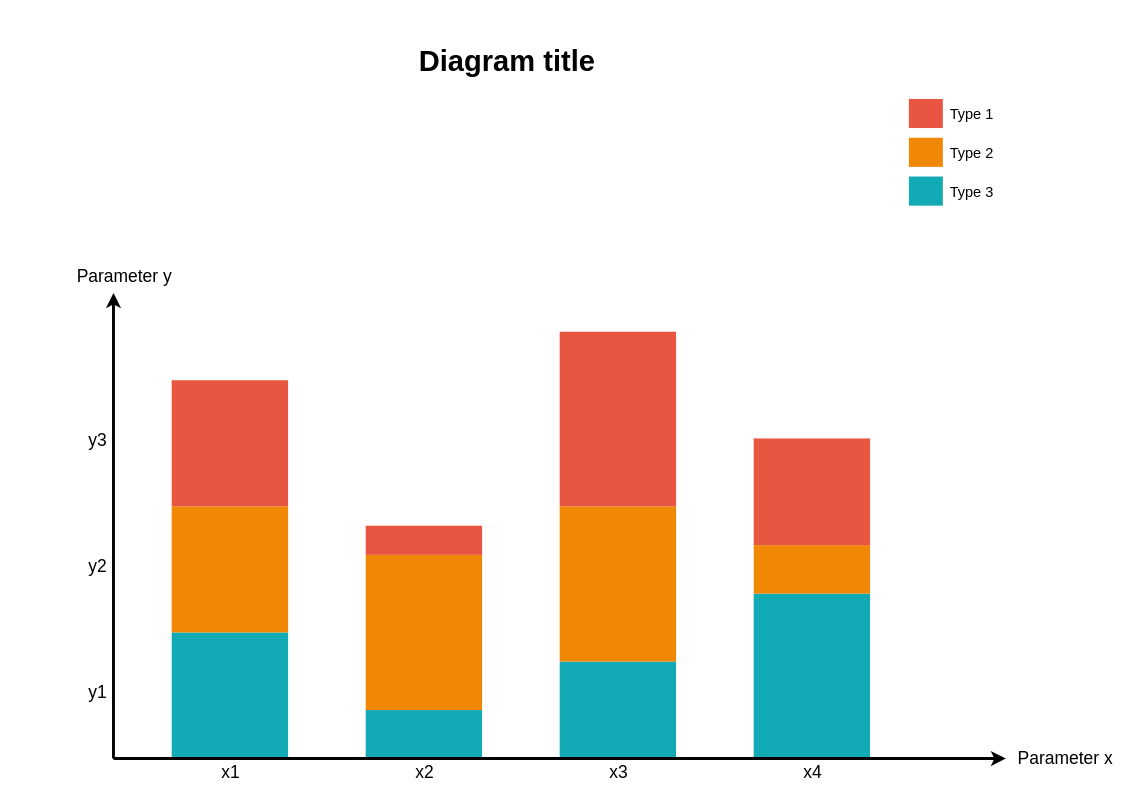
Earlier version of the draw.io diagram IhmsChartingDraw.IO.drawio (ShofiqRasel/IhmsReportingDraw.IO). Source tidied: cells renumbered, new cells numbered last; positions are measured from the earlier drawing's top-left corner, leaving out a move shared by most shapes. Both pictures are drawn from the tidied source at 97%, with x=0, y=0 at pixel (75, 40).
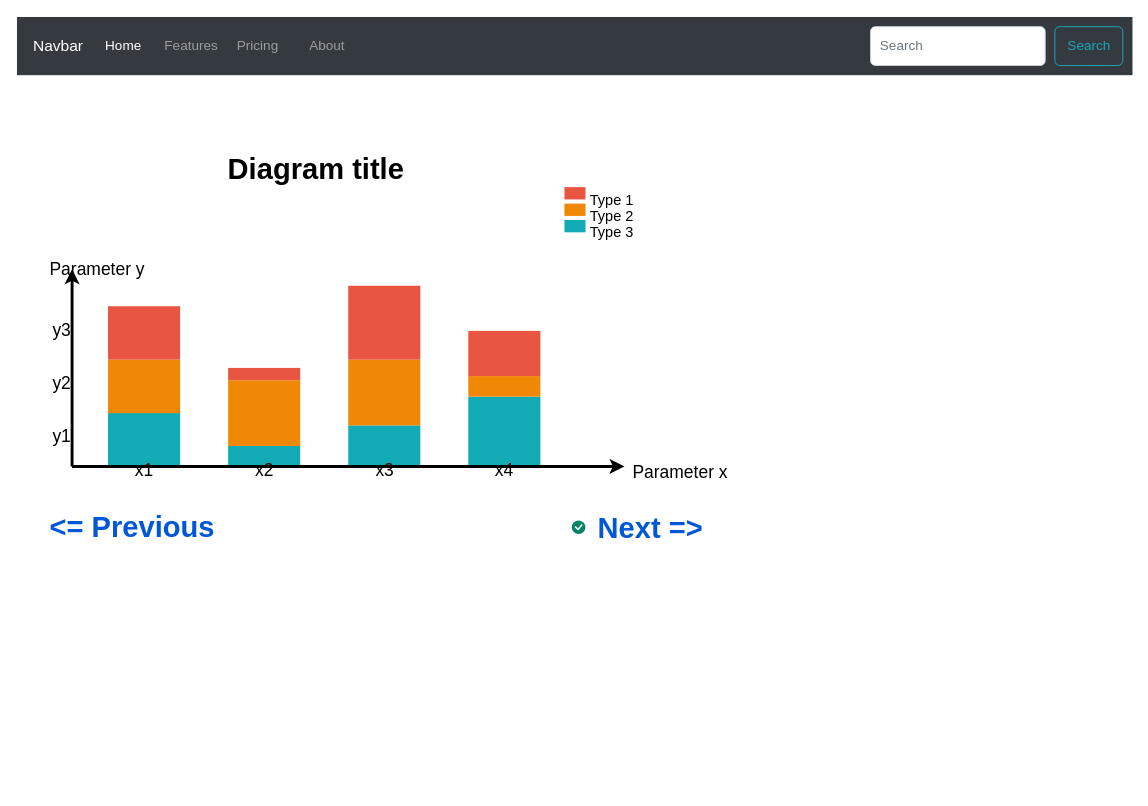
The same page after the edit.

What changed in the source:
```diff
@@
+    <mxCell id="32" style="html=1;shadow=0;dashed=0;fillColor=#343A40;strokeColor=none;fontSize=16;fontColor=#ffffff;align=left;spacing=15;" parent="1" vertex="1">
+      <mxGeometry x="-60" y="-24" width="1150" height="60" as="geometry" />
+    </mxCell>
+    <mxCell id="33" style="swimlane;shape=mxgraph.bootstrap.anchor;strokeColor=none;fillColor=none;fontColor=#0085FC;fontStyle=0;horizontal=0;startSize=0;whiteSpace=wrap;html=1;" parent="32" vertex="1">
+      <mxGeometry y="10" width="350" height="40" as="geometry" />
+    </mxCell>
+    <mxCell id="34" value="Navbar" style="text;strokeColor=none;align=left;verticalAlign=middle;spacingLeft=15;spacingRight=10;whiteSpace=wrap;html=1;fillColor=none;fontColor=#ffffff;fontSize=16;" parent="33" vertex="1">
+      <mxGeometry width="80" height="40" as="geometry" />
+    </mxCell>
+    <mxCell id="35" value="Home" style="text;strokeColor=none;align=center;verticalAlign=middle;spacingLeft=10;spacingRight=10;whiteSpace=wrap;html=1;fillColor=none;fontColor=#ffffff;fontSize=14;" parent="33" vertex="1">
+      <mxGeometry x="80" width="60" height="40" as="geometry" />
+    </mxCell>
+    <mxCell id="36" value="Features" style="text;strokeColor=none;align=center;verticalAlign=middle;spacingLeft=10;spacingRight=10;whiteSpace=wrap;html=1;fillColor=none;fontColor=#9A9DA0;fontSize=14;" parent="33" vertex="1">
+      <mxGeometry x="140" width="80" height="40" as="geometry" />
+    </mxCell>
+    <mxCell id="37" value="Pricing" style="text;strokeColor=none;align=left;verticalAlign=middle;spacingLeft=5;spacingRight=10;whiteSpace=wrap;html=1;fillColor=none;fontColor=#9A9DA0;fontSize=14;" parent="33" vertex="1">
+      <mxGeometry x="220" width="70" height="40" as="geometry" />
+    </mxCell>
+    <mxCell id="38" value="About" style="text;strokeColor=none;align=center;verticalAlign=middle;spacingLeft=10;spacingRight=10;whiteSpace=wrap;html=1;fillColor=none;fontColor=#9A9DA0;fontSize=14;" parent="33" vertex="1">
+      <mxGeometry x="290" width="60" height="40" as="geometry" />
+    </mxCell>
+    <mxCell id="39" value="Search" style="html=1;shadow=0;dashed=0;shape=mxgraph.bootstrap.rrect;rSize=5;fontSize=14;fontColor=#1CA5B8;strokeColor=#1CA5B8;fillColor=none;" parent="32" vertex="1">
+      <mxGeometry x="1" width="70" height="40" relative="1" as="geometry">
+        <mxPoint x="-80" y="10" as="offset" />
+      </mxGeometry>
+    </mxCell>
+    <mxCell id="40" value="Search" style="html=1;shadow=0;dashed=0;shape=mxgraph.bootstrap.rrect;rSize=5;fontSize=14;fontColor=#6C767D;strokeColor=#CED4DA;fillColor=#ffffff;align=left;spacing=10;" parent="32" vertex="1">
+      <mxGeometry x="1" width="180" height="40" relative="1" as="geometry">
+        <mxPoint x="-270" y="10" as="offset" />
+      </mxGeometry>
+    </mxCell>
+    <mxCell id="41" style="group;" parent="1" vertex="1">
+      <mxGeometry x="-28" y="126" width="650" height="326.9" as="geometry" />
+    </mxCell>
-    <mxCell id="2" style="whiteSpace=wrap;fillColor=#12AAB5;gradientColor=none;gradientDirection=east;strokeColor=none;html=1;fontColor=#23445d;" parent="1" vertex="1">
-      <mxGeometry x="99.5" y="610.5" width="120" height="130" as="geometry" />
+    <mxCell id="2" style="whiteSpace=wrap;fillColor=#12AAB5;gradientColor=none;gradientDirection=east;strokeColor=none;html=1;fontColor=#23445d;" parent="41" vertex="1">
+      <mxGeometry x="61.9" y="258.3" width="74.3" height="55.1" as="geometry" />
     </mxCell>
-    <mxCell id="3" style="whiteSpace=wrap;fillColor=#12AAB5;gradientColor=none;gradientDirection=east;strokeColor=none;html=1;fontColor=#23445d;" parent="1" vertex="1">
-      <mxGeometry x="299.5" y="690.5" width="120" height="50" as="geometry" />
+    <mxCell id="3" style="whiteSpace=wrap;fillColor=#12AAB5;gradientColor=none;gradientDirection=east;strokeColor=none;html=1;fontColor=#23445d;" parent="41" vertex="1">
+      <mxGeometry x="185.7" y="292.2" width="74.3" height="21.2" as="geometry" />
     </mxCell>
-    <mxCell id="4" style="whiteSpace=wrap;fillColor=#12AAB5;gradientColor=none;gradientDirection=east;strokeColor=none;html=1;fontColor=#23445d;" parent="1" vertex="1">
-      <mxGeometry x="499.5" y="640.5" width="120" height="100" as="geometry" />
+    <mxCell id="4" style="whiteSpace=wrap;fillColor=#12AAB5;gradientColor=none;gradientDirection=east;strokeColor=none;html=1;fontColor=#23445d;" parent="41" vertex="1">
+      <mxGeometry x="309.5" y="271" width="74.3" height="42.4" as="geometry" />
     </mxCell>
-    <mxCell id="5" style="whiteSpace=wrap;fillColor=#12AAB5;gradientColor=none;gradientDirection=east;strokeColor=none;html=1;fontColor=#23445d;" parent="1" vertex="1">
-      <mxGeometry x="699.5" y="570.5" width="120" height="170" as="geometry" />
+    <mxCell id="5" style="whiteSpace=wrap;fillColor=#12AAB5;gradientColor=none;gradientDirection=east;strokeColor=none;html=1;fontColor=#23445d;" parent="41" vertex="1">
+      <mxGeometry x="433.3" y="241.4" width="74.3" height="72" as="geometry" />
     </mxCell>
-    <mxCell id="6" style="edgeStyle=none;html=1;fontColor=#000000;strokeWidth=3;strokeColor=#000000;" parent="1" edge="1">
+    <mxCell id="6" style="edgeStyle=none;html=1;fontColor=#000000;strokeWidth=3;strokeColor=#000000;" parent="41" edge="1">
       <mxGeometry relative="1" as="geometry">
-        <mxPoint x="39.5" y="740.5" as="sourcePoint" />
-        <mxPoint x="39.5" y="260.5" as="targetPoint" />
+        <mxPoint x="24.8" y="313.4" as="sourcePoint" />
+        <mxPoint x="24.8" y="110.1" as="targetPoint" />
       </mxGeometry>
     </mxCell>
-    <mxCell id="7" style="whiteSpace=wrap;fillColor=#F08705;gradientColor=none;gradientDirection=east;strokeColor=none;html=1;fontColor=#23445d;" parent="1" vertex="1">
-      <mxGeometry x="99.5" y="480.5" width="120" height="130" as="geometry" />
+    <mxCell id="7" style="whiteSpace=wrap;fillColor=#F08705;gradientColor=none;gradientDirection=east;strokeColor=none;html=1;fontColor=#23445d;" parent="41" vertex="1">
+      <mxGeometry x="61.9" y="203.3" width="74.3" height="55.1" as="geometry" />
     </mxCell>
-    <mxCell id="8" style="whiteSpace=wrap;fillColor=#E85642;gradientColor=none;gradientDirection=east;strokeColor=none;html=1;fontColor=#23445d;" parent="1" vertex="1">
-      <mxGeometry x="99.5" y="350.5" width="120" height="130" as="geometry" />
+    <mxCell id="8" style="whiteSpace=wrap;fillColor=#E85642;gradientColor=none;gradientDirection=east;strokeColor=none;html=1;fontColor=#23445d;" parent="41" vertex="1">
+      <mxGeometry x="61.9" y="148.2" width="74.3" height="55.1" as="geometry" />
     </mxCell>
-    <mxCell id="9" style="whiteSpace=wrap;fillColor=#F08705;gradientColor=none;gradientDirection=east;strokeColor=none;html=1;fontColor=#23445d;" parent="1" vertex="1">
-      <mxGeometry x="299.5" y="530.5" width="120" height="160" as="geometry" />
+    <mxCell id="9" style="whiteSpace=wrap;fillColor=#F08705;gradientColor=none;gradientDirection=east;strokeColor=none;html=1;fontColor=#23445d;" parent="41" vertex="1">
+      <mxGeometry x="185.7" y="224.5" width="74.3" height="67.8" as="geometry" />
     </mxCell>
-    <mxCell id="10" style="whiteSpace=wrap;fillColor=#E85642;gradientColor=none;gradientDirection=east;strokeColor=none;html=1;fontColor=#23445d;" parent="1" vertex="1">
-      <mxGeometry x="299.5" y="500.5" width="120" height="30" as="geometry" />
+    <mxCell id="10" style="whiteSpace=wrap;fillColor=#E85642;gradientColor=none;gradientDirection=east;strokeColor=none;html=1;fontColor=#23445d;" parent="41" vertex="1">
+      <mxGeometry x="185.7" y="211.8" width="74.3" height="12.7" as="geometry" />
     </mxCell>
-    <mxCell id="11" style="whiteSpace=wrap;fillColor=#F08705;gradientColor=none;gradientDirection=east;strokeColor=none;html=1;fontColor=#23445d;" parent="1" vertex="1">
-      <mxGeometry x="499.5" y="480.5" width="120" height="160" as="geometry" />
+    <mxCell id="11" style="whiteSpace=wrap;fillColor=#F08705;gradientColor=none;gradientDirection=east;strokeColor=none;html=1;fontColor=#23445d;" parent="41" vertex="1">
+      <mxGeometry x="309.5" y="203.3" width="74.3" height="67.8" as="geometry" />
     </mxCell>
-    <mxCell id="12" style="whiteSpace=wrap;fillColor=#E85642;gradientColor=none;gradientDirection=east;strokeColor=none;html=1;fontColor=#23445d;" parent="1" vertex="1">
-      <mxGeometry x="499.5" y="300.5" width="120" height="180" as="geometry" />
+    <mxCell id="12" style="whiteSpace=wrap;fillColor=#E85642;gradientColor=none;gradientDirection=east;strokeColor=none;html=1;fontColor=#23445d;" parent="41" vertex="1">
+      <mxGeometry x="309.5" y="127.1" width="74.3" height="76.2" as="geometry" />
     </mxCell>
-    <mxCell id="13" style="edgeStyle=none;html=1;fontColor=#000000;strokeWidth=3;strokeColor=#000000;" parent="1" edge="1">
+    <mxCell id="13" style="edgeStyle=none;html=1;fontColor=#000000;strokeWidth=3;strokeColor=#000000;" parent="41" edge="1">
       <mxGeometry relative="1" as="geometry">
-        <mxPoint x="39.5" y="740.5" as="sourcePoint" />
-        <mxPoint x="959.5" y="740.5" as="targetPoint" />
+        <mxPoint x="24.8" y="313.4" as="sourcePoint" />
+        <mxPoint x="594.3" y="313.4" as="targetPoint" />
       </mxGeometry>
     </mxCell>
-    <mxCell id="14" value="Parameter x" style="text;spacingTop=-5;html=1;fontSize=18;fontStyle=0;strokeColor=none;" parent="1" vertex="1">
-      <mxGeometry x="969.5" y="728.5" width="80" height="20" as="geometry" />
+    <mxCell id="14" value="Parameter x" style="text;spacingTop=-5;html=1;fontSize=18;fontStyle=0;strokeColor=none;" parent="41" vertex="1">
+      <mxGeometry x="600.5" y="308.3" width="49.5" height="8.5" as="geometry" />
     </mxCell>
-    <mxCell id="15" value="x1" style="text;spacingTop=-5;align=center;verticalAlign=middle;fontStyle=0;html=1;fontSize=18;strokeColor=none;" parent="1" vertex="1">
-      <mxGeometry x="99.5" y="742.5" width="120" height="30" as="geometry" />
+    <mxCell id="15" value="x1" style="text;spacingTop=-5;align=center;verticalAlign=middle;fontStyle=0;html=1;fontSize=18;strokeColor=none;" parent="41" vertex="1">
+      <mxGeometry x="61.9" y="314.2" width="74.3" height="12.7" as="geometry" />
     </mxCell>
-    <mxCell id="16" value="x2" style="text;spacingTop=-5;align=center;verticalAlign=middle;fontStyle=0;html=1;fontSize=18;strokeColor=none;" parent="1" vertex="1">
-      <mxGeometry x="299.5" y="742.5" width="120" height="30" as="geometry" />
+    <mxCell id="16" value="x2" style="text;spacingTop=-5;align=center;verticalAlign=middle;fontStyle=0;html=1;fontSize=18;strokeColor=none;" parent="41" vertex="1">
+      <mxGeometry x="185.7" y="314.2" width="74.3" height="12.7" as="geometry" />
     </mxCell>
-    <mxCell id="17" value="x3" style="text;spacingTop=-5;align=center;verticalAlign=middle;fontStyle=0;html=1;fontSize=18;strokeColor=none;" parent="1" vertex="1">
-      <mxGeometry x="499.5" y="742.5" width="120" height="30" as="geometry" />
+    <mxCell id="17" value="x3" style="text;spacingTop=-5;align=center;verticalAlign=middle;fontStyle=0;html=1;fontSize=18;strokeColor=none;" parent="41" vertex="1">
+      <mxGeometry x="309.5" y="314.2" width="74.3" height="12.7" as="geometry" />
     </mxCell>
-    <mxCell id="18" style="whiteSpace=wrap;fillColor=#12AAB5;gradientColor=none;gradientDirection=east;strokeColor=none;html=1;fontColor=#23445d;" parent="1" vertex="1">
-      <mxGeometry x="859.5" y="140.5" width="35" height="30" as="geometry" />
+    <mxCell id="18" style="whiteSpace=wrap;fillColor=#12AAB5;gradientColor=none;gradientDirection=east;strokeColor=none;html=1;fontColor=#23445d;" parent="41" vertex="1">
+      <mxGeometry x="532.4" y="59.3" width="21.7" height="12.7" as="geometry" />
     </mxCell>
-    <mxCell id="19" style="whiteSpace=wrap;fillColor=#F08705;gradientColor=none;gradientDirection=east;strokeColor=none;html=1;fontColor=#23445d;" parent="1" vertex="1">
-      <mxGeometry x="859.5" y="100.5" width="35" height="30" as="geometry" />
+    <mxCell id="19" style="whiteSpace=wrap;fillColor=#F08705;gradientColor=none;gradientDirection=east;strokeColor=none;html=1;fontColor=#23445d;" parent="41" vertex="1">
+      <mxGeometry x="532.4" y="42.4" width="21.7" height="12.7" as="geometry" />
     </mxCell>
-    <mxCell id="20" style="whiteSpace=wrap;fillColor=#E85642;gradientColor=none;gradientDirection=east;strokeColor=none;html=1;fontColor=#23445d;" parent="1" vertex="1">
-      <mxGeometry x="859.5" y="60.5" width="35" height="30" as="geometry" />
+    <mxCell id="20" style="whiteSpace=wrap;fillColor=#E85642;gradientColor=none;gradientDirection=east;strokeColor=none;html=1;fontColor=#23445d;" parent="41" vertex="1">
+      <mxGeometry x="532.4" y="25.4" width="21.7" height="12.7" as="geometry" />
     </mxCell>
-    <mxCell id="21" value="Type 1" style="text;spacingTop=-5;html=1;fontSize=15;" parent="1" vertex="1">
-      <mxGeometry x="899.5" y="65.5" width="80" height="20" as="geometry" />
+    <mxCell id="21" value="Type 1" style="text;spacingTop=-5;html=1;fontSize=15;" parent="41" vertex="1">
+      <mxGeometry x="557.1" y="27.5" width="49.5" height="8.5" as="geometry" />
     </mxCell>
-    <mxCell id="22" value="Type 2" style="text;spacingTop=-5;html=1;fontSize=15;" parent="1" vertex="1">
-      <mxGeometry x="899.5" y="105.5" width="80" height="20" as="geometry" />
+    <mxCell id="22" value="Type 2" style="text;spacingTop=-5;html=1;fontSize=15;" parent="41" vertex="1">
+      <mxGeometry x="557.1" y="44.5" width="49.5" height="8.5" as="geometry" />
     </mxCell>
-    <mxCell id="23" value="Type 3" style="text;spacingTop=-5;html=1;fontSize=15;" parent="1" vertex="1">
-      <mxGeometry x="899.5" y="145.5" width="80" height="20" as="geometry" />
+    <mxCell id="23" value="Type 3" style="text;spacingTop=-5;html=1;fontSize=15;" parent="41" vertex="1">
+      <mxGeometry x="557.1" y="61.4" width="49.5" height="8.5" as="geometry" />
     </mxCell>
-    <mxCell id="24" value="Parameter y" style="text;spacingTop=-5;html=1;fontSize=18;fontStyle=0;" parent="1" vertex="1">
-      <mxGeometry x="-0.5" y="231.5" width="80" height="20" as="geometry" />
+    <mxCell id="24" value="Parameter y" style="text;spacingTop=-5;html=1;fontSize=18;fontStyle=0;" parent="41" vertex="1">
+      <mxGeometry y="97.8" width="49.5" height="8.5" as="geometry" />
     </mxCell>
-    <mxCell id="25" value="y1" style="text;spacingTop=-5;align=center;verticalAlign=middle;fontStyle=0;html=1;fontSize=18;" parent="1" vertex="1">
-      <mxGeometry x="7.5" y="610.5" width="30" height="130" as="geometry" />
+    <mxCell id="25" value="y1" style="text;spacingTop=-5;align=center;verticalAlign=middle;fontStyle=0;html=1;fontSize=18;" parent="41" vertex="1">
+      <mxGeometry x="5" y="258.3" width="18.6" height="55.1" as="geometry" />
     </mxCell>
-    <mxCell id="26" value="y2" style="text;spacingTop=-5;align=center;verticalAlign=middle;fontStyle=0;html=1;fontSize=18;" parent="1" vertex="1">
-      <mxGeometry x="7.5" y="480.5" width="30" height="130" as="geometry" />
+    <mxCell id="26" value="y2" style="text;spacingTop=-5;align=center;verticalAlign=middle;fontStyle=0;html=1;fontSize=18;" parent="41" vertex="1">
+      <mxGeometry x="5" y="203.3" width="18.6" height="55.1" as="geometry" />
     </mxCell>
-    <mxCell id="27" value="y3" style="text;spacingTop=-5;align=center;verticalAlign=middle;fontStyle=0;html=1;fontSize=18;" parent="1" vertex="1">
-      <mxGeometry x="7.5" y="350.5" width="30" height="130" as="geometry" />
+    <mxCell id="27" value="y3" style="text;spacingTop=-5;align=center;verticalAlign=middle;fontStyle=0;html=1;fontSize=18;" parent="41" vertex="1">
+      <mxGeometry x="5" y="148.2" width="18.6" height="55.1" as="geometry" />
     </mxCell>
-    <mxCell id="28" value="&lt;font style=&quot;font-size: 30px;&quot;&gt;Diagram title&lt;/font&gt;" style="text;spacingTop=-5;align=center;verticalAlign=middle;fontSize=30;fontStyle=1;html=1;" parent="1" vertex="1">
-      <mxGeometry x="39.5" y="0.5" width="810" height="45" as="geometry" />
+    <mxCell id="28" value="&lt;font style=&quot;font-size: 30px;&quot;&gt;Diagram title&lt;/font&gt;" style="text;spacingTop=-5;align=center;verticalAlign=middle;fontSize=30;fontStyle=1;html=1;" parent="41" vertex="1">
+      <mxGeometry x="24.8" width="501.4" height="19.1" as="geometry" />
     </mxCell>
-    <mxCell id="29" style="whiteSpace=wrap;fillColor=#F08705;gradientColor=none;gradientDirection=east;strokeColor=none;html=1;fontColor=#23445d;" parent="1" vertex="1">
-      <mxGeometry x="699.5" y="520.5" width="120" height="50" as="geometry" />
+    <mxCell id="29" style="whiteSpace=wrap;fillColor=#F08705;gradientColor=none;gradientDirection=east;strokeColor=none;html=1;fontColor=#23445d;" parent="41" vertex="1">
+      <mxGeometry x="433.3" y="220.2" width="74.3" height="21.2" as="geometry" />
     </mxCell>
-    <mxCell id="30" style="whiteSpace=wrap;fillColor=#E85642;gradientColor=none;gradientDirection=east;strokeColor=none;html=1;fontColor=#23445d;" parent="1" vertex="1">
-      <mxGeometry x="699.5" y="410.5" width="120" height="110" as="geometry" />
+    <mxCell id="30" style="whiteSpace=wrap;fillColor=#E85642;gradientColor=none;gradientDirection=east;strokeColor=none;html=1;fontColor=#23445d;" parent="41" vertex="1">
+      <mxGeometry x="433.3" y="173.6" width="74.3" height="46.6" as="geometry" />
     </mxCell>
-    <mxCell id="31" value="x4" style="text;spacingTop=-5;align=center;verticalAlign=middle;fontStyle=0;html=1;fontSize=18;strokeColor=none;" parent="1" vertex="1">
-      <mxGeometry x="699.5" y="742.5" width="120" height="30" as="geometry" />
+    <mxCell id="31" value="x4" style="text;spacingTop=-5;align=center;verticalAlign=middle;fontStyle=0;html=1;fontSize=18;strokeColor=none;" parent="41" vertex="1">
+      <mxGeometry x="433.3" y="314.2" width="74.3" height="12.7" as="geometry" />
     </mxCell>
+    <mxCell id="42" value="&lt;b&gt;&lt;font style=&quot;font-size: 30px;&quot;&gt;Next =&amp;gt;&lt;/font&gt;&lt;/b&gt;" style="fillColor=none;strokeColor=none;html=1;fontColor=#0057D8;align=left;fontSize=20;sketch=0;" parent="1" vertex="1">
+      <mxGeometry x="537" y="486" width="125" height="33" as="geometry" />
+    </mxCell>
+    <mxCell id="43" style="html=1;shadow=0;dashed=0;shape=mxgraph.atlassian.checkbox;fillColor=#008465;strokeColor=none;html=1;sketch=0;fontSize=20;" parent="1" vertex="1">
+      <mxGeometry x="512" y="495" width="14" height="14" as="geometry" />
+    </mxCell>
+    <mxCell id="44" value="&lt;b&gt;&lt;font style=&quot;font-size: 30px;&quot;&gt;&amp;lt;= Previous&lt;/font&gt;&lt;/b&gt;" style="fillColor=none;strokeColor=none;html=1;fontColor=#0057D8;align=left;fontSize=20;sketch=0;" parent="1" vertex="1">
+      <mxGeometry x="-28" y="485.5" width="125" height="33" as="geometry" />
+    </mxCell>
```
